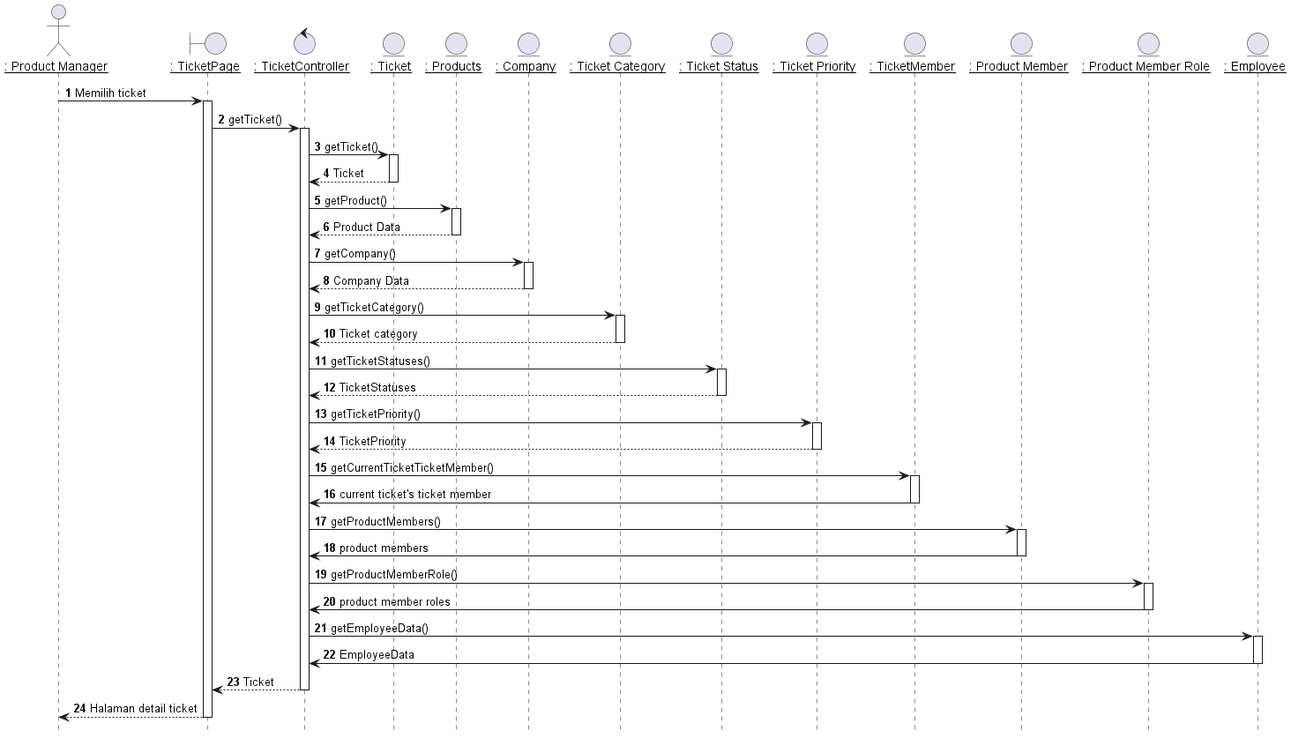
Before: out/plantuml/sequence/ipm/ipm3/Melihat Detail Ticket.png, a diagram exported from PlantUML (TAS-PKL/Laporan-PKL-Ticketing).
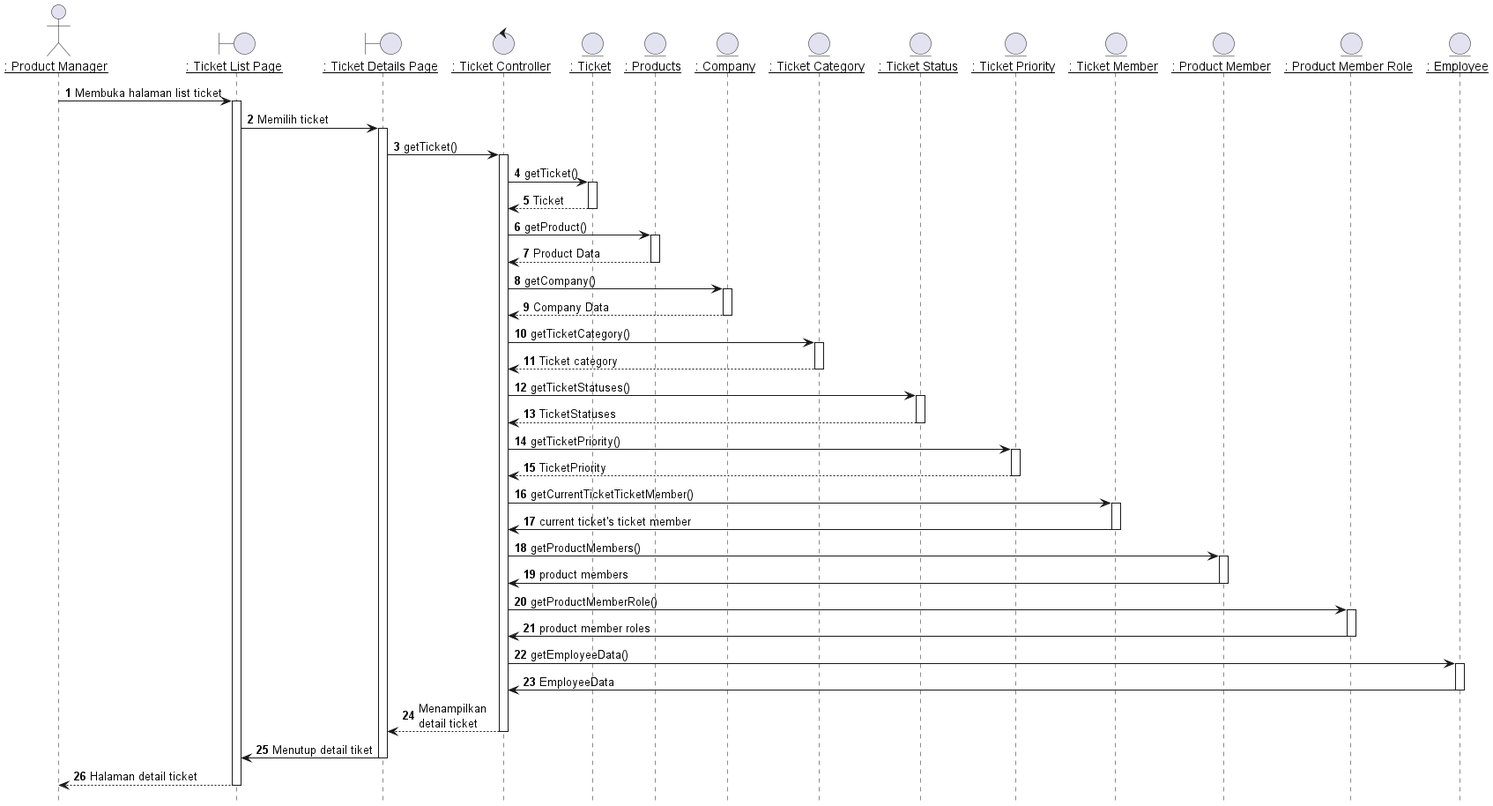
The same file after the commit.

What changed in the source:
```diff
@@ -3,25 +3,28 @@
 hide footbox
 
 actor IPM as "__: Product Manager__"
-boundary TicketPage as "__: TicketPage__"
-control TicketController as "__: TicketController__"
+boundary TicketListPage as "__: Ticket List Page__"
+boundary TicketDetailsPage as "__: Ticket Details Page__"
+control TicketController as "__: Ticket Controller__"
 entity Ticket as "__: Ticket__"
 entity Product as "__: Products__"
 entity Company as "__: Company__"
 entity TicketCategory as "__: Ticket Category__"
 entity TicketStatuses as "__: Ticket Status__"
 entity TicketPriority as "__: Ticket Priority__"
-entity TicketMember as "__: TicketMember__"
+entity TicketMember as "__: Ticket Member__"
 entity ProductMembers as "__: Product Member__"
 entity ProductMemberRoles as "__: Product Member Role__"
 entity Employees as "__: Employee__"
 
 autonumber 1
-IPM -> TicketPage: Memilih ticket
-activate TicketPage
+IPM -> TicketListPage: Membuka halaman list ticket
+activate TicketListPage
 
+TicketListPage -> TicketDetailsPage: Memilih ticket
+activate TicketDetailsPage
 
-TicketPage -> TicketController: getTicket()
+TicketDetailsPage -> TicketController: getTicket()
 activate TicketController
 
 TicketController -> Ticket: getTicket()
@@ -84,11 +87,14 @@
 Employees -> TicketController: EmployeeData
 deactivate Employees
 
-TicketController --> TicketPage : Ticket
+TicketController --> TicketDetailsPage : Menampilkan\ndetail ticket
 deactivate TicketController
 
-TicketPage --> IPM : Halaman detail ticket
-deactivate TicketPage
+TicketDetailsPage -> TicketListPage : Menutup detail tiket
+deactivate TicketDetailsPage
+
+TicketListPage --> IPM : Halaman detail ticket
+deactivate TicketListPage
 
 
 @enduml
```
